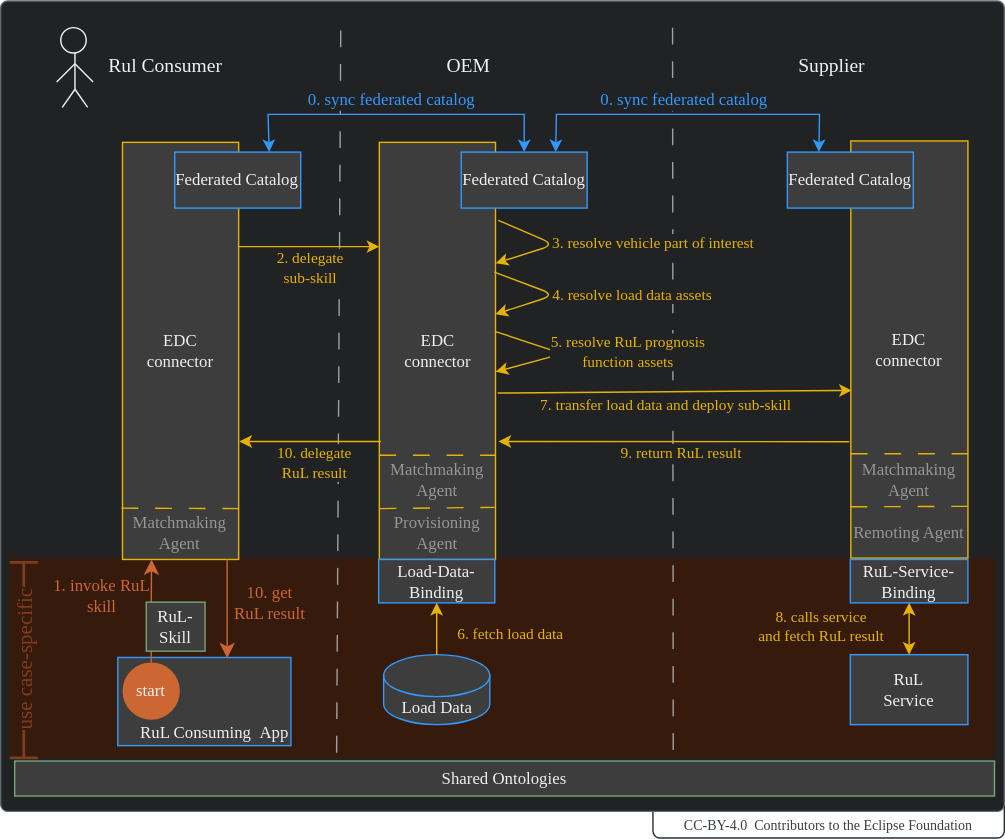
This is docs-kits/kits/behaviour-twin-kit/use-cases/rul/adoption-view/assets/business-process.drawio.svg from catenax-ng/eclipse-tractusx.github.io, a draw.io export, as it was before one commit. Source tidied: cells renumbered, new cells last; positions are measured from the earlier drawing's top-left corner, leaving out a move shared by most shapes.
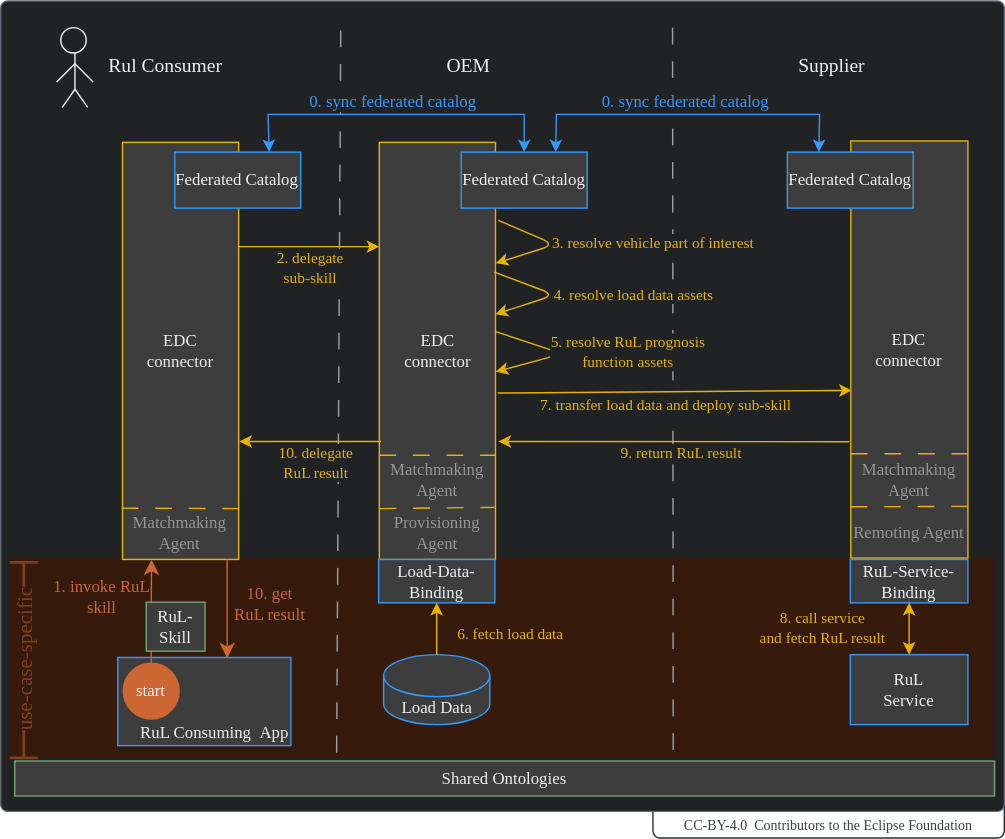
Above is the later version.

Diff of the diagram source:
```diff
@@ -149,7 +149,7 @@
         <mxPoint x="51" y="11" as="offset" />
       </mxGeometry>
     </mxCell>
-    <mxCell id="38" value="&lt;font face=&quot;Manrope&quot; color=&quot;#7d3e1f&quot; style=&quot;background-color: rgb(54, 27, 13); font-size: 15px;&quot;&gt;&amp;nbsp;use case-specific&amp;nbsp;&lt;/font&gt;" style="shape=crossbar;whiteSpace=wrap;html=1;rounded=1;labelBackgroundColor=#361B0D;strokeColor=#7D3E1F;fontColor=#F0F0F0;fillColor=#69341A;rotation=-90;strokeWidth=2;fontFamily=Manrope;" parent="1" vertex="1">
+    <mxCell id="38" value="&lt;font face=&quot;Manrope&quot; color=&quot;#7d3e1f&quot; style=&quot;background-color: rgb(54, 27, 13); font-size: 15px;&quot;&gt;&amp;nbsp;use-case-specific&amp;nbsp;&lt;/font&gt;" style="shape=crossbar;whiteSpace=wrap;html=1;rounded=1;labelBackgroundColor=#361B0D;strokeColor=#7D3E1F;fontColor=#F0F0F0;fillColor=#69341A;rotation=-90;strokeWidth=2;fontFamily=Manrope;" parent="1" vertex="1">
       <mxGeometry x="-0.4" y="460.9" width="139.7" height="20" as="geometry" />
     </mxCell>
     <mxCell id="39" style="endArrow=classic;html=1;fontColor=#E6B400;exitX=1.024;exitY=0.187;exitDx=0;exitDy=0;entryX=1.002;entryY=0.29;entryDx=0;entryDy=0;strokeColor=#E6B400;entryPerimeter=0;exitPerimeter=0;fontFamily=Manrope;" parent="1" edge="1" source="11" target="11">
@@ -176,8 +176,10 @@
         <mxPoint x="62" y="-6" as="offset" />
       </mxGeometry>
     </mxCell>
-    <mxCell id="43" value="&lt;font face=&quot;Manrope&quot;&gt;8. calls service&lt;br&gt;and fetch RuL result&lt;/font&gt;" style="edgeLabel;html=1;align=center;verticalAlign=middle;fontColor=#E6B400;labelBackgroundColor=#361B0D;fontFamily=Manrope;" parent="1" vertex="1">
-      <mxGeometry x="639" y="447" as="geometry" />
+    <mxCell id="43" value="&lt;font face=&quot;Manrope&quot;&gt;8. call service&lt;br&gt;and fetch RuL result&lt;/font&gt;" style="edgeLabel;html=1;align=center;verticalAlign=middle;fontColor=#E6B400;labelBackgroundColor=#361B0D;fontFamily=Manrope;" parent="1" vertex="1">
+      <mxGeometry x="641" y="460.9" as="geometry">
+        <mxPoint x="-2" y="-13" as="offset" />
+      </mxGeometry>
     </mxCell>
     <mxCell id="44" style="endArrow=classic;html=1;strokeColor=#E6B400;fontColor=#F0F0F0;fontFamily=Manrope;entryX=1.026;entryY=0.717;entryDx=0;entryDy=0;entryPerimeter=0;exitX=-0.013;exitY=0.721;exitDx=0;exitDy=0;exitPerimeter=0;" parent="1" edge="1" source="12" target="11">
       <mxGeometry relative="1" as="geometry" />
```
